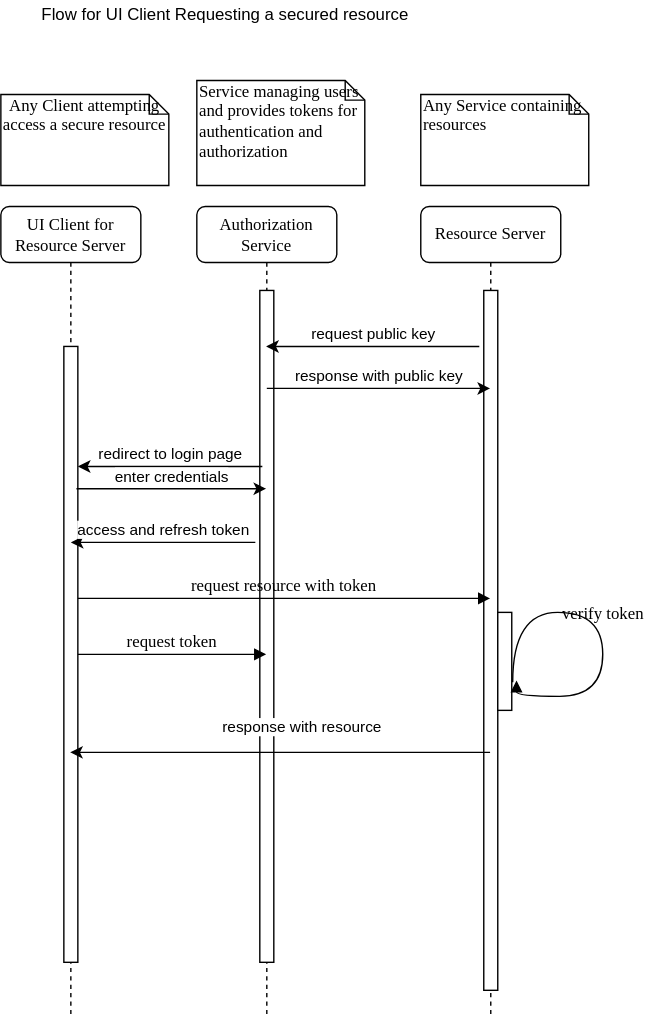
Before: images/AuthorizationServiceFlow.svg, a diagram exported from draw.io (opencarrentalproject/enduser-service). Source tidied: cells renumbered, new cells last; positions are measured from the earlier drawing's top-left corner, leaving out a move shared by most shapes.
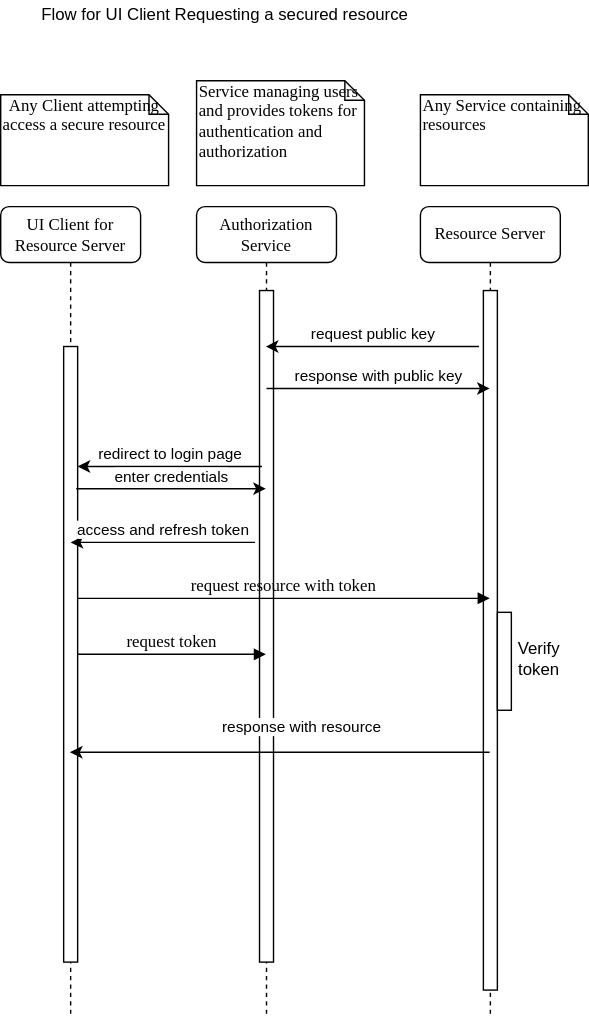
After the commit.

Diff of the diagram source:
```diff
@@ -37,16 +37,6 @@
     <mxCell id="10" style="html=1;points=[];perimeter=orthogonalPerimeter;rounded=0;shadow=0;comic=0;labelBackgroundColor=none;strokeWidth=1;fontFamily=Verdana;fontSize=12;align=center;" parent="1" vertex="1">
       <mxGeometry x="355" y="437" width="10" height="70" as="geometry" />
     </mxCell>
-    <mxCell id="11" value="verify token" style="html=1;verticalAlign=bottom;endArrow=block;labelBackgroundColor=none;fontFamily=Verdana;fontSize=12;elbow=vertical;edgeStyle=orthogonalEdgeStyle;curved=1;exitX=1.066;exitY=0.713;exitPerimeter=0;entryX=1.34;entryY=0.694;entryDx=0;entryDy=0;entryPerimeter=0;" parent="1" edge="1" source="10" target="10">
-      <mxGeometry relative="1" as="geometry">
-        <Array as="points">
-          <mxPoint x="366" y="437" />
-          <mxPoint x="430" y="437" />
-          <mxPoint x="430" y="497" />
-          <mxPoint x="368" y="497" />
-        </Array>
-      </mxGeometry>
-    </mxCell>
     <mxCell id="12" value="Any Client attempting access a secure resource" style="shape=note;whiteSpace=wrap;html=1;size=14;verticalAlign=top;align=center;spacingTop=-6;rounded=0;shadow=0;comic=0;labelBackgroundColor=none;strokeWidth=1;fontFamily=Verdana;fontSize=12;" parent="1" vertex="1">
       <mxGeometry y="67" width="120" height="65" as="geometry" />
     </mxCell>
@@ -88,5 +78,8 @@
         <mxPoint x="190" y="277" as="sourcePoint" />
       </mxGeometry>
     </mxCell>
+    <mxCell id="22" value="Verify token" style="text;html=1;strokeColor=none;fillColor=none;align=center;verticalAlign=middle;whiteSpace=wrap;rounded=0;" parent="1" vertex="1">
+      <mxGeometry x="365" y="460" width="40" height="20" as="geometry" />
+    </mxCell>
   </root>
 </mxGraphModel>
```
